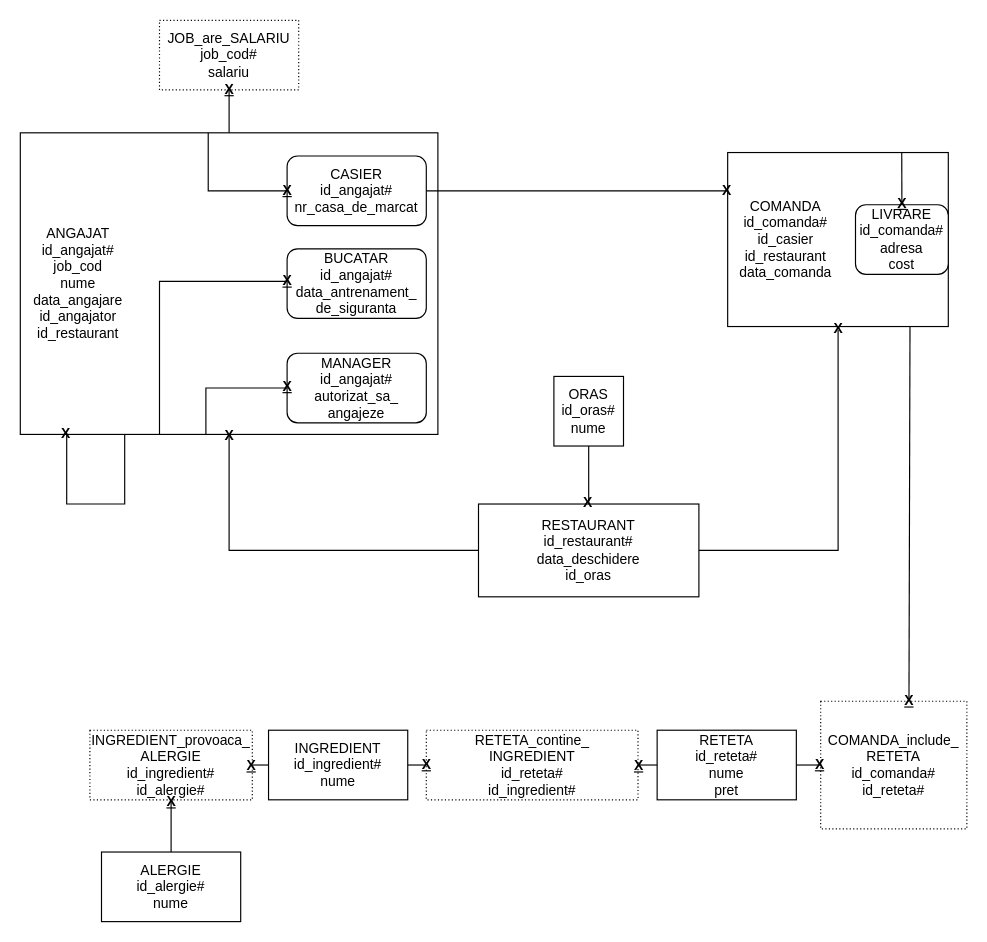
The draw.io diagram 7. Conceptuala.drawio in theo543/SGBD, before the edit. Source tidied: cells renumbered, new cells numbered last; positions are measured from the earlier drawing's top-left corner, leaving out a move shared by most shapes. Both pictures are drawn from the tidied source at 116%, with x=0, y=0 at pixel (20, 20).
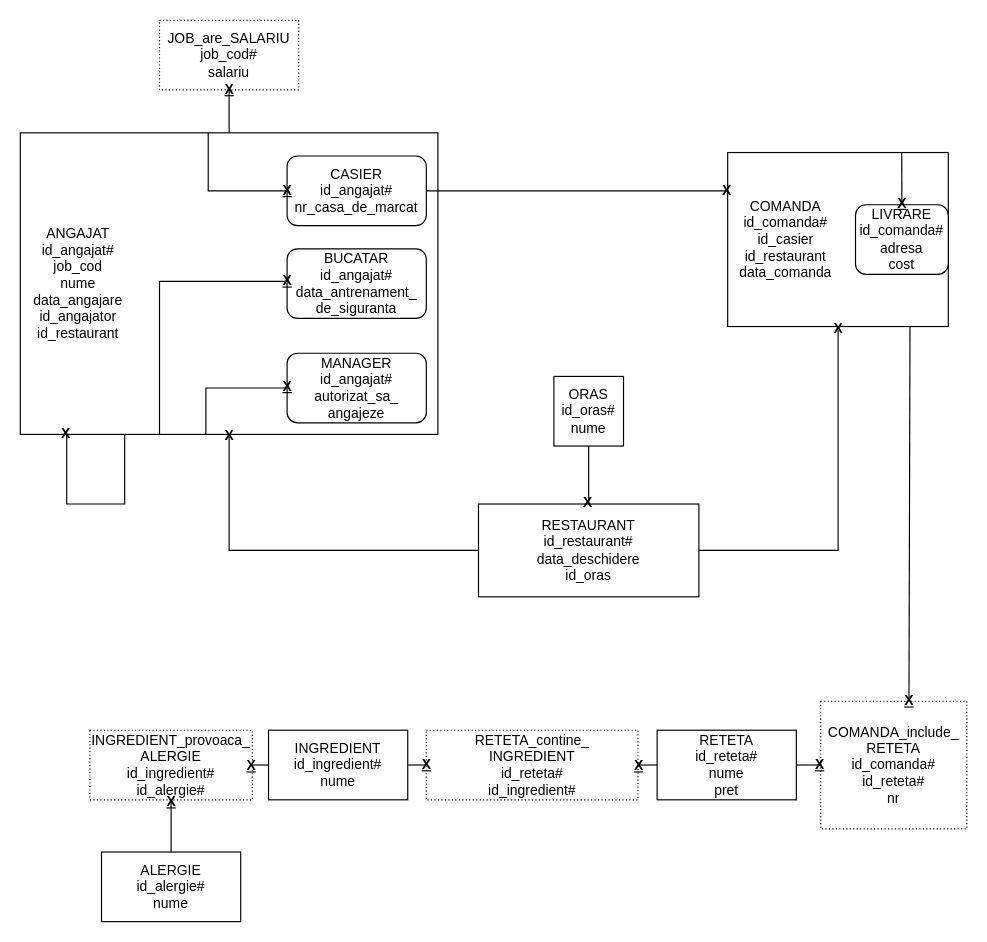
The same page after the edit.

Diff of the diagram source:
```diff
@@
-    <mxCell id="31" value="&lt;div&gt;COMANDA_include_&lt;/div&gt;&lt;div&gt;RETETA&lt;/div&gt;&lt;div&gt;id_comanda#&lt;/div&gt;&lt;div&gt;id_reteta#&lt;br&gt;&lt;/div&gt;" style="rounded=0;whiteSpace=wrap;html=1;dashed=1;dashPattern=1 2;" parent="1" vertex="1">
+    <mxCell id="31" value="&lt;div&gt;COMANDA_include_&lt;/div&gt;&lt;div&gt;RETETA&lt;/div&gt;&lt;div&gt;id_comanda#&lt;/div&gt;&lt;div&gt;id_reteta#&lt;br&gt;&lt;/div&gt;&lt;div&gt;nr&lt;/div&gt;" style="rounded=0;whiteSpace=wrap;html=1;dashed=1;dashPattern=1 2;" parent="1" vertex="1">
       <mxGeometry x="690" y="587" width="126" height="110" as="geometry" />
     </mxCell>
```
